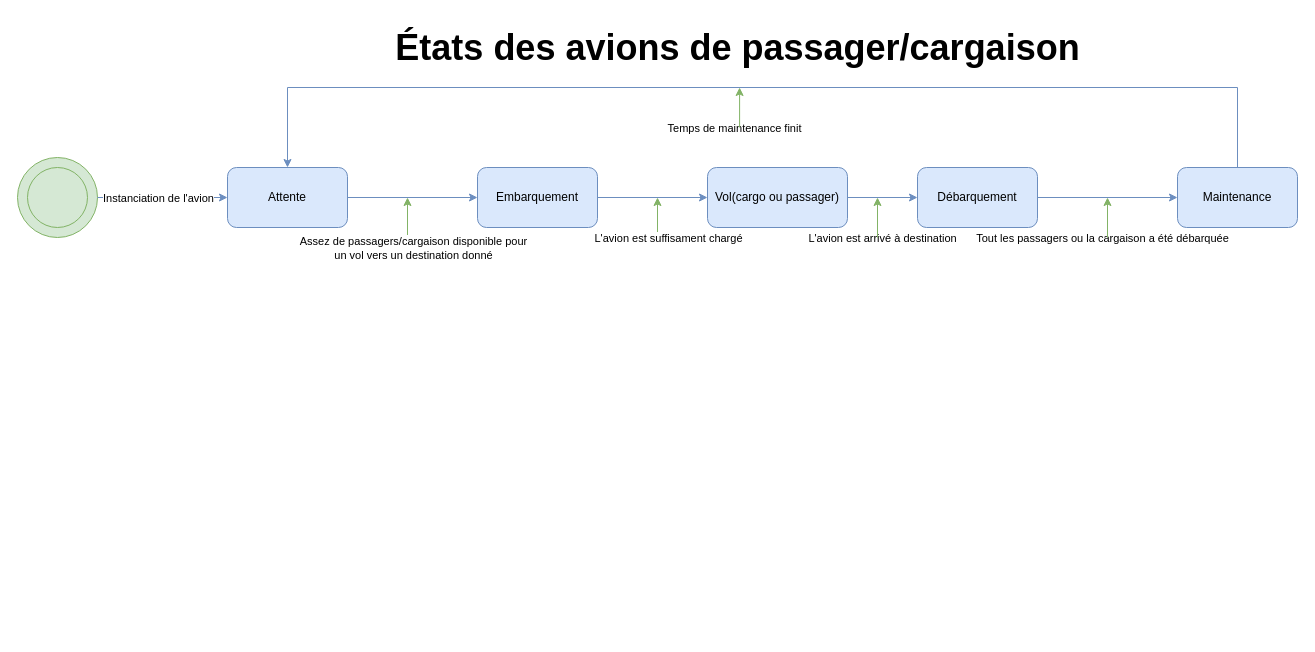
felixcharbonneau/Echec keeps this draw.io diagram as EtatPassager.drawio. Above is the earlier version. Source tidied: cells renumbered, new cells numbered last; positions are measured from the earlier drawing's top-left corner, leaving out a move shared by most shapes. Both pictures are drawn from the tidied source at 100%, with x=0, y=0 at pixel (17, 17).
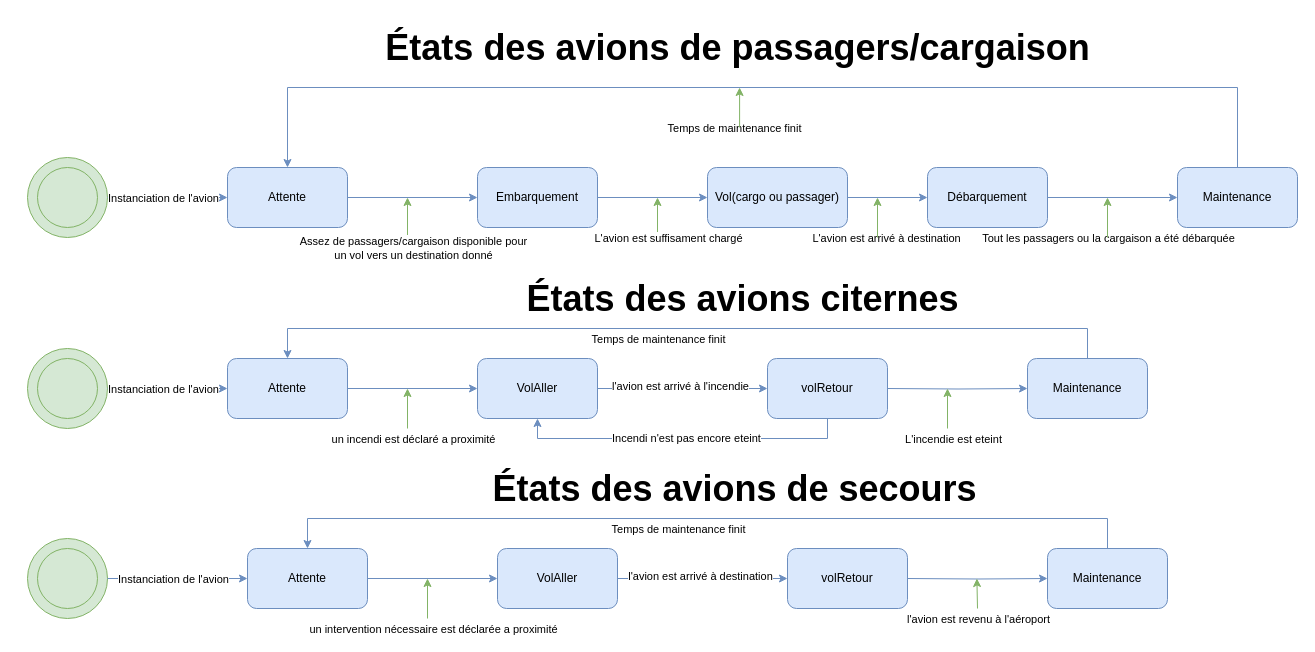
The same diagram, later.

The edit, as a diff of the source:
```diff
@@
     <mxCell id="2" style="group;" parent="1" vertex="1">
-      <mxGeometry y="140" width="80" height="80" as="geometry" />
+      <mxGeometry x="10" y="140" width="80" height="80" as="geometry" />
     </mxCell>
@@
     <mxCell id="14" value="Débarquement" style="rounded=1;whiteSpace=wrap;html=1;fillColor=#dae8fc;strokeColor=#6c8ebf;" parent="1" vertex="1">
-      <mxGeometry x="900" y="150" width="120" height="60" as="geometry" />
+      <mxGeometry x="910" y="150" width="120" height="60" as="geometry" />
     </mxCell>
@@
-    <mxCell id="23" value="États des avions de passager/cargaison" style="text;html=1;align=center;verticalAlign=middle;strokeColor=none;fillColor=none;fontSize=36;fontStyle=1;" parent="1" vertex="1">
-      <mxGeometry x="390" width="660" height="60" as="geometry" />
+    <mxCell id="23" value="États des avions de passagers/cargaison" style="text;html=1;align=center;verticalAlign=middle;strokeColor=none;fillColor=none;fontSize=36;fontStyle=1;" parent="1" vertex="1">
+      <mxGeometry x="380" width="680" height="60" as="geometry" />
     </mxCell>
@@
+    <mxCell id="28" value="États des avions citernes" style="text;html=1;align=center;verticalAlign=middle;strokeColor=none;fillColor=none;fontSize=36;fontStyle=1;" parent="1" vertex="1">
+      <mxGeometry x="515" y="251" width="420" height="60" as="geometry" />
+    </mxCell>
+    <mxCell id="29" style="group;" parent="1" vertex="1">
+      <mxGeometry x="10" y="331" width="80" height="80" as="geometry" />
+    </mxCell>
+    <mxCell id="30" style="ellipse;whiteSpace=wrap;html=1;fillColor=#d5e8d4;strokeColor=#82b366;" parent="29" vertex="1">
+      <mxGeometry width="80" height="80" as="geometry" />
+    </mxCell>
+    <mxCell id="31" style="ellipse;whiteSpace=wrap;html=1;fillColor=#d5e8d4;strokeColor=#82b366;" parent="29" vertex="1">
+      <mxGeometry x="10" y="10" width="60" height="60" as="geometry" />
+    </mxCell>
+    <mxCell id="32" value="Attente" style="rounded=1;whiteSpace=wrap;html=1;fillColor=#dae8fc;strokeColor=#6c8ebf;" parent="1" vertex="1">
+      <mxGeometry x="210" y="341" width="120" height="60" as="geometry" />
+    </mxCell>
+    <mxCell id="33" style="edgeStyle=orthogonalEdgeStyle;rounded=0;jettySize=auto;html=1;exitX=1;exitY=0.5;exitDx=0;exitDy=0;fillColor=#dae8fc;strokeColor=#6c8ebf;entryX=0;entryY=0.5;entryDx=0;entryDy=0;" parent="1" edge="1" source="30" target="32">
+      <mxGeometry relative="1" as="geometry" />
+    </mxCell>
+    <mxCell id="34" value="Instanciation de l'avion" style="edgeLabel;html=1;align=center;verticalAlign=middle;" parent="33" vertex="1">
+      <mxGeometry x="0.02" relative="1" as="geometry">
+        <mxPoint x="-6" as="offset" />
+      </mxGeometry>
+    </mxCell>
+    <mxCell id="35" style="edgeStyle=orthogonalEdgeStyle;rounded=0;jettySize=auto;html=1;exitX=1;exitY=0.5;exitDx=0;exitDy=0;entryX=0;entryY=0.5;entryDx=0;entryDy=0;fillColor=#dae8fc;strokeColor=#6c8ebf;" parent="1" edge="1" source="37" target="38">
+      <mxGeometry relative="1" as="geometry" />
+    </mxCell>
+    <mxCell id="36" value="l'avion est arrivé à l'incendie" style="edgeLabel;html=1;align=center;verticalAlign=middle;" parent="35" vertex="1">
+      <mxGeometry x="-0.03" y="3" relative="1" as="geometry" />
+    </mxCell>
+    <mxCell id="37" value="VolAller" style="rounded=1;whiteSpace=wrap;html=1;fillColor=#dae8fc;strokeColor=#6c8ebf;" parent="1" vertex="1">
+      <mxGeometry x="460" y="341" width="120" height="60" as="geometry" />
+    </mxCell>
+    <mxCell id="38" value="volRetour" style="rounded=1;whiteSpace=wrap;html=1;fillColor=#dae8fc;strokeColor=#6c8ebf;" parent="1" vertex="1">
+      <mxGeometry x="750" y="341" width="120" height="60" as="geometry" />
+    </mxCell>
+    <mxCell id="39" style="edgeStyle=orthogonalEdgeStyle;rounded=0;orthogonalLoop=1;jettySize=auto;html=1;exitX=1;exitY=0.5;exitDx=0;exitDy=0;fillColor=#dae8fc;strokeColor=#6c8ebf;" parent="1" edge="1">
+      <mxGeometry relative="1" as="geometry">
+        <mxPoint x="330" y="371" as="sourcePoint" />
+        <mxPoint x="460" y="371" as="targetPoint" />
+      </mxGeometry>
+    </mxCell>
+    <mxCell id="40" style="endArrow=classic;html=1;rounded=0;fillColor=#d5e8d4;strokeColor=#82b366;" parent="1" edge="1">
+      <mxGeometry relative="1" as="geometry">
+        <mxPoint x="390" y="411" as="sourcePoint" />
+        <mxPoint x="390" y="371" as="targetPoint" />
+      </mxGeometry>
+    </mxCell>
+    <mxCell id="41" value="un incendi est déclaré a proximité" style="edgeLabel;html=1;align=center;verticalAlign=middle;" parent="1" vertex="1">
+      <mxGeometry x="395" y="421" as="geometry" />
+    </mxCell>
+    <mxCell id="42" style="edgeStyle=orthogonalEdgeStyle;rounded=0;jettySize=auto;html=1;exitX=0.5;exitY=1;exitDx=0;exitDy=0;entryX=0.5;entryY=1;entryDx=0;entryDy=0;fillColor=#dae8fc;strokeColor=#6c8ebf;" parent="1" edge="1" source="38" target="37">
+      <mxGeometry relative="1" as="geometry" />
+    </mxCell>
+    <mxCell id="43" value="Incendi n'est pas encore eteint" style="edgeLabel;html=1;align=center;verticalAlign=middle;" parent="42" vertex="1">
+      <mxGeometry x="-0.02" y="-1" relative="1" as="geometry" />
+    </mxCell>
+    <mxCell id="44" value="Maintenance" style="rounded=1;whiteSpace=wrap;html=1;fillColor=#dae8fc;strokeColor=#6c8ebf;" parent="1" vertex="1">
+      <mxGeometry x="1010" y="341" width="120" height="60" as="geometry" />
+    </mxCell>
+    <mxCell id="45" style="edgeStyle=orthogonalEdgeStyle;rounded=0;jettySize=auto;html=1;exitX=1;exitY=0.5;exitDx=0;exitDy=0;fillColor=#dae8fc;strokeColor=#6c8ebf;entryX=0;entryY=0.5;entryDx=0;entryDy=0;" parent="1" edge="1" target="44">
+      <mxGeometry relative="1" as="geometry">
+        <mxPoint x="870" y="371" as="sourcePoint" />
+      </mxGeometry>
+    </mxCell>
+    <mxCell id="46" style="endArrow=classic;html=1;rounded=0;fillColor=#d5e8d4;strokeColor=#82b366;" parent="1" edge="1">
+      <mxGeometry relative="1" as="geometry">
+        <mxPoint x="930" y="411" as="sourcePoint" />
+        <mxPoint x="930" y="371" as="targetPoint" />
+      </mxGeometry>
+    </mxCell>
+    <mxCell id="47" value="L'incendie est eteint" style="edgeLabel;html=1;align=center;verticalAlign=middle;" parent="1" vertex="1">
+      <mxGeometry x="935" y="421" as="geometry" />
+    </mxCell>
+    <mxCell id="48" style="edgeStyle=orthogonalEdgeStyle;rounded=0;jettySize=auto;html=1;exitX=0.5;exitY=0;exitDx=0;exitDy=0;entryX=0.5;entryY=0;entryDx=0;entryDy=0;fillColor=#dae8fc;strokeColor=#6c8ebf;" parent="1" edge="1" source="44" target="32">
+      <mxGeometry relative="1" as="geometry">
+        <Array as="points">
+          <mxPoint x="1070" y="311" />
+          <mxPoint x="270" y="311" />
+        </Array>
+      </mxGeometry>
+    </mxCell>
+    <mxCell id="49" value="Temps de maintenance finit" style="edgeLabel;html=1;align=center;verticalAlign=middle;" parent="1" vertex="1">
+      <mxGeometry x="640" y="321" as="geometry" />
+    </mxCell>
+    <mxCell id="50" value="États des avions de secours" style="text;html=1;align=center;verticalAlign=middle;strokeColor=none;fillColor=none;fontSize=36;fontStyle=1;" parent="1" vertex="1">
+      <mxGeometry x="481.8" y="441" width="470" height="60" as="geometry" />
+    </mxCell>
+    <mxCell id="51" style="group;" parent="1" vertex="1">
+      <mxGeometry x="10" y="521" width="80" height="80" as="geometry" />
+    </mxCell>
+    <mxCell id="52" style="ellipse;whiteSpace=wrap;html=1;fillColor=#d5e8d4;strokeColor=#82b366;" parent="51" vertex="1">
+      <mxGeometry width="80" height="80" as="geometry" />
+    </mxCell>
+    <mxCell id="53" style="ellipse;whiteSpace=wrap;html=1;fillColor=#d5e8d4;strokeColor=#82b366;" parent="51" vertex="1">
+      <mxGeometry x="10" y="10" width="60" height="60" as="geometry" />
+    </mxCell>
+    <mxCell id="54" value="Attente" style="rounded=1;whiteSpace=wrap;html=1;fillColor=#dae8fc;strokeColor=#6c8ebf;" parent="1" vertex="1">
+      <mxGeometry x="230" y="531" width="120" height="60" as="geometry" />
+    </mxCell>
+    <mxCell id="55" style="edgeStyle=orthogonalEdgeStyle;rounded=0;jettySize=auto;html=1;exitX=1;exitY=0.5;exitDx=0;exitDy=0;fillColor=#dae8fc;strokeColor=#6c8ebf;entryX=0;entryY=0.5;entryDx=0;entryDy=0;" parent="1" edge="1" source="52" target="54">
+      <mxGeometry relative="1" as="geometry" />
+    </mxCell>
+    <mxCell id="56" value="Instanciation de l'avion" style="edgeLabel;html=1;align=center;verticalAlign=middle;" parent="55" vertex="1">
+      <mxGeometry x="0.02" relative="1" as="geometry">
+        <mxPoint x="-6" as="offset" />
+      </mxGeometry>
+    </mxCell>
+    <mxCell id="57" style="edgeStyle=orthogonalEdgeStyle;rounded=0;jettySize=auto;html=1;exitX=1;exitY=0.5;exitDx=0;exitDy=0;entryX=0;entryY=0.5;entryDx=0;entryDy=0;fillColor=#dae8fc;strokeColor=#6c8ebf;" parent="1" edge="1" source="59" target="60">
+      <mxGeometry relative="1" as="geometry" />
+    </mxCell>
+    <mxCell id="58" value="l'avion est arrivé à destination" style="edgeLabel;html=1;align=center;verticalAlign=middle;" parent="57" vertex="1">
+      <mxGeometry x="-0.03" y="3" relative="1" as="geometry" />
+    </mxCell>
+    <mxCell id="59" value="VolAller" style="rounded=1;whiteSpace=wrap;html=1;fillColor=#dae8fc;strokeColor=#6c8ebf;" parent="1" vertex="1">
+      <mxGeometry x="480" y="531" width="120" height="60" as="geometry" />
+    </mxCell>
+    <mxCell id="60" value="volRetour" style="rounded=1;whiteSpace=wrap;html=1;fillColor=#dae8fc;strokeColor=#6c8ebf;" parent="1" vertex="1">
+      <mxGeometry x="770" y="531" width="120" height="60" as="geometry" />
+    </mxCell>
+    <mxCell id="61" style="edgeStyle=orthogonalEdgeStyle;rounded=0;orthogonalLoop=1;jettySize=auto;html=1;exitX=1;exitY=0.5;exitDx=0;exitDy=0;fillColor=#dae8fc;strokeColor=#6c8ebf;" parent="1" edge="1">
+      <mxGeometry relative="1" as="geometry">
+        <mxPoint x="350" y="561" as="sourcePoint" />
+        <mxPoint x="480" y="561" as="targetPoint" />
+      </mxGeometry>
+    </mxCell>
+    <mxCell id="62" style="endArrow=classic;html=1;rounded=0;fillColor=#d5e8d4;strokeColor=#82b366;" parent="1" edge="1">
+      <mxGeometry relative="1" as="geometry">
+        <mxPoint x="410" y="601" as="sourcePoint" />
+        <mxPoint x="410" y="561" as="targetPoint" />
+      </mxGeometry>
+    </mxCell>
+    <mxCell id="63" value="un intervention nécessaire est déclarée a proximité" style="edgeLabel;html=1;align=center;verticalAlign=middle;" parent="1" vertex="1">
+      <mxGeometry x="415" y="611" as="geometry" />
+    </mxCell>
+    <mxCell id="64" value="Maintenance" style="rounded=1;whiteSpace=wrap;html=1;fillColor=#dae8fc;strokeColor=#6c8ebf;" parent="1" vertex="1">
+      <mxGeometry x="1030" y="531" width="120" height="60" as="geometry" />
+    </mxCell>
+    <mxCell id="65" style="edgeStyle=orthogonalEdgeStyle;rounded=0;jettySize=auto;html=1;exitX=1;exitY=0.5;exitDx=0;exitDy=0;fillColor=#dae8fc;strokeColor=#6c8ebf;entryX=0;entryY=0.5;entryDx=0;entryDy=0;" parent="1" edge="1" target="64">
+      <mxGeometry relative="1" as="geometry">
+        <mxPoint x="890" y="561" as="sourcePoint" />
+      </mxGeometry>
+    </mxCell>
+    <mxCell id="66" style="edgeStyle=orthogonalEdgeStyle;rounded=0;jettySize=auto;html=1;exitX=0.5;exitY=0;exitDx=0;exitDy=0;entryX=0.5;entryY=0;entryDx=0;entryDy=0;fillColor=#dae8fc;strokeColor=#6c8ebf;" parent="1" edge="1" source="64" target="54">
+      <mxGeometry relative="1" as="geometry">
+        <Array as="points">
+          <mxPoint x="1090" y="501" />
+          <mxPoint x="290" y="501" />
+        </Array>
+      </mxGeometry>
+    </mxCell>
+    <mxCell id="67" value="Temps de maintenance finit" style="edgeLabel;html=1;align=center;verticalAlign=middle;" parent="1" vertex="1">
+      <mxGeometry x="660" y="511" as="geometry" />
+    </mxCell>
+    <mxCell id="68" value="l'avion est revenu à l'aéroport" style="edgeLabel;html=1;align=center;verticalAlign=middle;" parent="1" vertex="1">
+      <mxGeometry x="960" y="601" as="geometry" />
+    </mxCell>
+    <mxCell id="69" style="endArrow=classic;html=1;rounded=0;fillColor=#d5e8d4;strokeColor=#82b366;" parent="1" edge="1">
+      <mxGeometry relative="1" as="geometry">
+        <mxPoint x="960" y="591" as="sourcePoint" />
+        <mxPoint x="959.4" y="561" as="targetPoint" />
+      </mxGeometry>
+    </mxCell>
```
